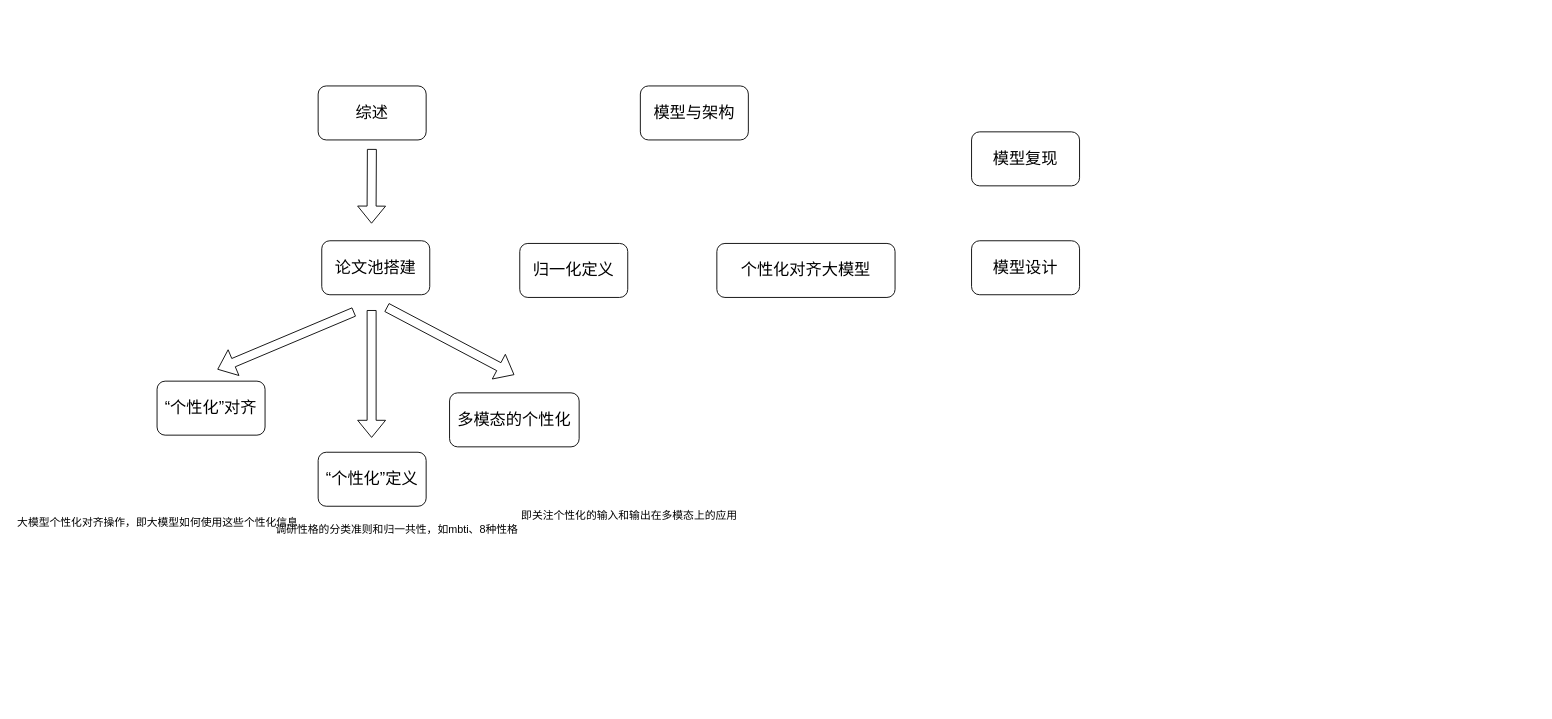
Above: 测试.drawio in ZYNsama666/BackUp (draw.io), before the change. Source tidied: cells renumbered, new cells numbered last; positions are measured from the earlier drawing's top-left corner, leaving out a move shared by most shapes. Both pictures are drawn from the tidied source at 90%, with x=0, y=0 at pixel (15, 86).
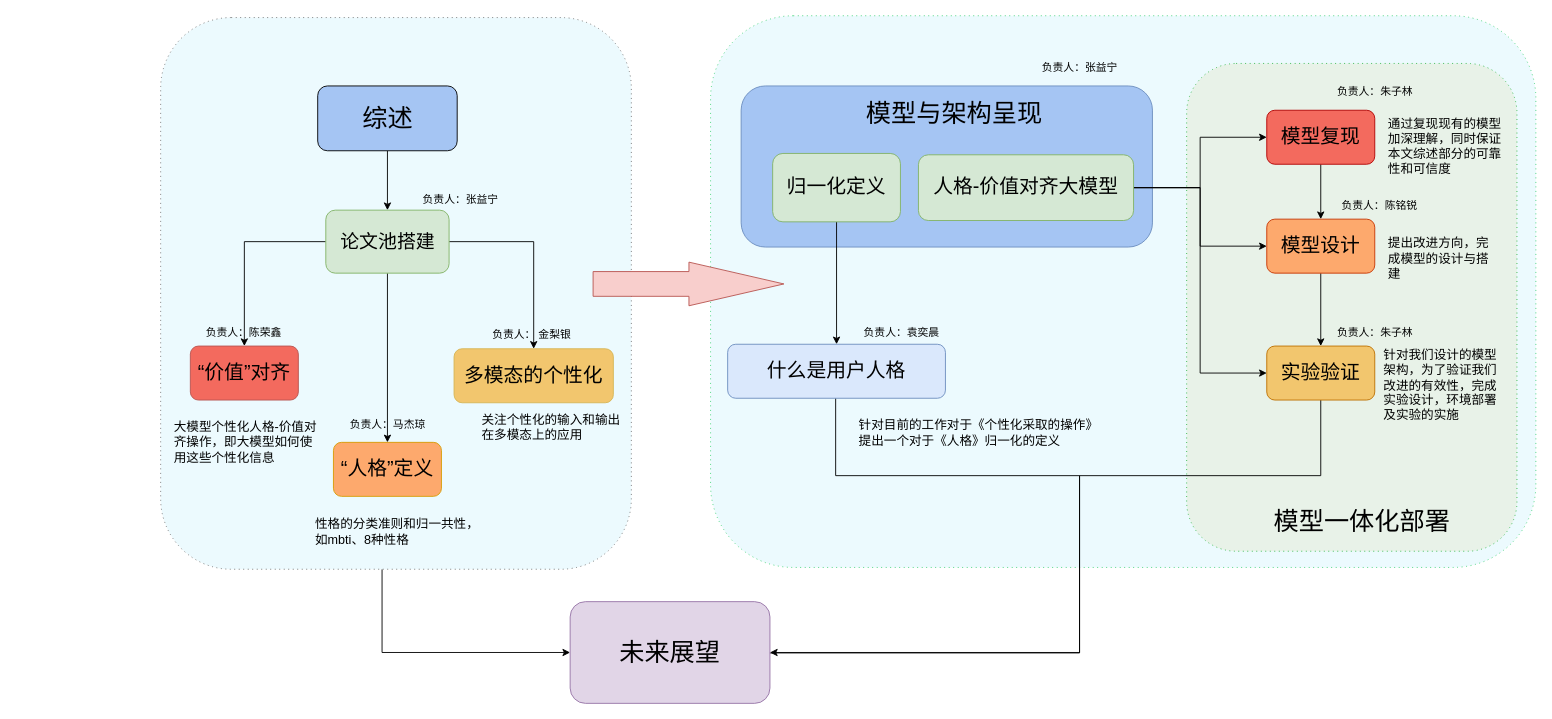
The same page after the edit.

What changed in the source:
```diff
@@
+    <mxCell id="19" style="edgeStyle=orthogonalEdgeStyle;rounded=0;jettySize=auto;html=1;entryX=0;entryY=0.5;entryDx=0;entryDy=0;" parent="1" edge="1" source="20" target="39">
+      <mxGeometry relative="1" as="geometry">
+        <Array as="points">
+          <mxPoint x="407" y="630" />
+        </Array>
+      </mxGeometry>
+    </mxCell>
+    <mxCell id="20" style="rounded=1;whiteSpace=wrap;html=1;dashed=1;dashPattern=1 4;strokeColor=#666666;fillColor=#ECFAFE;fontColor=#333333;" parent="1" vertex="1">
+      <mxGeometry x="161" y="-76" width="523" height="613" as="geometry" />
+    </mxCell>
+    <mxCell id="21" style="rounded=1;whiteSpace=wrap;html=1;dashed=1;dashPattern=1 4;strokeColor=#31CE6B;fillColor=#ECFAFE;" parent="1" vertex="1">
+      <mxGeometry x="772" y="-78" width="917" height="613" as="geometry" />
+    </mxCell>
+    <mxCell id="16" style="rounded=1;whiteSpace=wrap;html=1;fillColor=#A5C5F3;strokeColor=#6c8ebf;" parent="1" vertex="1">
+      <mxGeometry x="806" width="457" height="179" as="geometry" />
+    </mxCell>
+    <mxCell id="22" style="edgeStyle=orthogonalEdgeStyle;rounded=0;jettySize=auto;html=1;entryX=0.5;entryY=0;entryDx=0;entryDy=0;" parent="1" edge="1" source="2" target="36">
+      <mxGeometry relative="1" as="geometry" />
+    </mxCell>
-    <mxCell id="2" value="&lt;font style=&quot;font-size: 18px;&quot;&gt;归一化定义&lt;/font&gt;" style="rounded=1;whiteSpace=wrap;html=1;" parent="1" vertex="1">
-      <mxGeometry x="560" y="175" width="120" height="60" as="geometry" />
+    <mxCell id="2" value="&lt;font style=&quot;font-size: 22px;&quot;&gt;归一化定义&lt;/font&gt;" style="rounded=1;whiteSpace=wrap;html=1;fillColor=#d5e8d4;strokeColor=#82b366;" parent="1" vertex="1">
+      <mxGeometry x="841" y="75" width="142" height="76" as="geometry" />
     </mxCell>
+    <mxCell id="23" style="rounded=1;whiteSpace=wrap;html=1;dashed=1;dashPattern=1 4;fillColor=#e8f2e8;strokeColor=#24B33C;" parent="1" vertex="1">
+      <mxGeometry x="1301" y="-25" width="367" height="542" as="geometry" />
+    </mxCell>
+    <mxCell id="24" style="edgeStyle=orthogonalEdgeStyle;rounded=0;jettySize=auto;html=1;" parent="1" edge="1" source="3" target="17">
+      <mxGeometry relative="1" as="geometry" />
+    </mxCell>
+    <mxCell id="25" style="edgeStyle=orthogonalEdgeStyle;rounded=0;jettySize=auto;html=1;entryX=0;entryY=0.5;entryDx=0;entryDy=0;" parent="1" edge="1" source="3" target="18">
+      <mxGeometry relative="1" as="geometry" />
+    </mxCell>
+    <mxCell id="26" style="edgeStyle=orthogonalEdgeStyle;rounded=0;jettySize=auto;html=1;entryX=0;entryY=0.5;entryDx=0;entryDy=0;" parent="1" edge="1" source="3" target="34">
+      <mxGeometry relative="1" as="geometry" />
+    </mxCell>
-    <mxCell id="3" value="&lt;font style=&quot;font-size: 18px;&quot;&gt;个性化对齐大模型&lt;/font&gt;" style="rounded=1;whiteSpace=wrap;html=1;" parent="1" vertex="1">
-      <mxGeometry x="779" y="175" width="198" height="60" as="geometry" />
+    <mxCell id="3" value="&lt;font style=&quot;font-size: 22px;&quot;&gt;人格-价值对齐大模型&lt;/font&gt;" style="rounded=1;whiteSpace=wrap;html=1;fillColor=#d5e8d4;strokeColor=#82b366;" parent="1" vertex="1">
+      <mxGeometry x="1003" y="76.5" width="239" height="73" as="geometry" />
     </mxCell>
+    <mxCell id="27" style="edgeStyle=orthogonalEdgeStyle;rounded=0;jettySize=auto;html=1;entryX=0.5;entryY=0;entryDx=0;entryDy=0;" parent="1" edge="1" source="4" target="14">
+      <mxGeometry relative="1" as="geometry" />
+    </mxCell>
-    <mxCell id="4" value="&lt;font style=&quot;font-size: 18px;&quot;&gt;综述&lt;/font&gt;" style="rounded=1;whiteSpace=wrap;html=1;" parent="1" vertex="1">
-      <mxGeometry x="336" width="120" height="60" as="geometry" />
+    <mxCell id="4" value="&lt;font style=&quot;font-size: 28px;&quot;&gt;综述&lt;/font&gt;" style="rounded=1;whiteSpace=wrap;html=1;fillColor=#A5C5F3;" parent="1" vertex="1">
+      <mxGeometry x="335.5" width="155" height="72" as="geometry" />
     </mxCell>
-    <mxCell id="5" style="shape=flexArrow;endArrow=classic;html=1;rounded=0;" parent="1" edge="1">
-      <mxGeometry relative="1" as="geometry">
-        <mxPoint x="395.4" y="249" as="sourcePoint" />
-        <mxPoint x="395.4" y="391" as="targetPoint" />
-      </mxGeometry>
-    </mxCell>
-    <mxCell id="6" style="shape=flexArrow;endArrow=classic;html=1;rounded=0;" parent="1" edge="1">
-      <mxGeometry relative="1" as="geometry">
-        <mxPoint x="376" y="251" as="sourcePoint" />
-        <mxPoint x="224" y="315" as="targetPoint" />
-      </mxGeometry>
-    </mxCell>
-    <mxCell id="7" style="shape=flexArrow;endArrow=classic;html=1;rounded=0;" parent="1" edge="1">
-      <mxGeometry relative="1" as="geometry">
-        <mxPoint x="412" y="246" as="sourcePoint" />
-        <mxPoint x="554" y="321" as="targetPoint" />
-      </mxGeometry>
-    </mxCell>
-    <mxCell id="8" value="&lt;span style=&quot;font-size: 18px;&quot;&gt;“个性化”定义&lt;/span&gt;" style="rounded=1;whiteSpace=wrap;html=1;" parent="1" vertex="1">
-      <mxGeometry x="336" y="407" width="120" height="60" as="geometry" />
+    <mxCell id="8" value="&lt;font style=&quot;font-size: 22px;&quot;&gt;“人格”定义&lt;/font&gt;" style="rounded=1;whiteSpace=wrap;html=1;fillColor=#FDA96D;strokeColor=#d79b00;" parent="1" vertex="1">
+      <mxGeometry x="353" y="396" width="120" height="60" as="geometry" />
     </mxCell>
-    <mxCell id="9" value="调研性格的分类准则和归一共性，如mbti、8种性格" style="text;whiteSpace=wrap;" parent="1" vertex="1">
-      <mxGeometry x="287" y="479" width="297" height="36" as="geometry" />
+    <mxCell id="9" value="性格的分类准则和归一共性，如mbti、8种性格" style="text;whiteSpace=wrap;fontSize=14;" parent="1" vertex="1">
+      <mxGeometry x="331" y="472" width="197" height="36" as="geometry" />
     </mxCell>
-    <mxCell id="10" value="大模型个性化对齐操作，即大模型如何使用这些个性化信息" style="text;whiteSpace=wrap;" parent="1" vertex="1">
-      <mxGeometry y="471" width="340" height="36" as="geometry" />
+    <mxCell id="10" value="大模型个性化人格-价值对齐操作，即大模型如何使用这些个性化信息" style="text;whiteSpace=wrap;fontSize=14;" parent="1" vertex="1">
+      <mxGeometry x="173.5" y="364" width="161" height="36" as="geometry" />
     </mxCell>
-    <mxCell id="11" value="&lt;span style=&quot;font-size: 18px;&quot;&gt;“个性化”对齐&lt;/span&gt;" style="rounded=1;whiteSpace=wrap;html=1;" parent="1" vertex="1">
-      <mxGeometry x="157" y="328" width="120" height="60" as="geometry" />
+    <mxCell id="11" value="&lt;font style=&quot;font-size: 22px;&quot;&gt;“价值”对齐&lt;/font&gt;" style="rounded=1;whiteSpace=wrap;html=1;fillColor=#F36A5E;strokeColor=#b85450;" parent="1" vertex="1">
+      <mxGeometry x="194" y="289" width="120" height="60" as="geometry" />
     </mxCell>
-    <mxCell id="12" value="&lt;span style=&quot;font-size: 18px;&quot;&gt;多模态的个性化&lt;/span&gt;" style="rounded=1;whiteSpace=wrap;html=1;" parent="1" vertex="1">
-      <mxGeometry x="482" y="341" width="144" height="60" as="geometry" />
+    <mxCell id="12" value="&lt;font style=&quot;font-size: 22px;&quot;&gt;多模态的个性化&lt;/font&gt;" style="rounded=1;whiteSpace=wrap;html=1;fillColor=#F2C66E;strokeColor=#d6b656;" parent="1" vertex="1">
+      <mxGeometry x="487" y="292" width="177" height="60" as="geometry" />
     </mxCell>
-    <mxCell id="13" value="即关注个性化的输入和输出在多模态上的应用" style="text;whiteSpace=wrap;" parent="1" vertex="1">
-      <mxGeometry x="560" y="464" width="268" height="36" as="geometry" />
+    <mxCell id="13" value="关注个性化的输入和输出在多模态上的应用" style="text;whiteSpace=wrap;fontSize=14;" parent="1" vertex="1">
+      <mxGeometry x="516" y="356" width="159" height="36" as="geometry" />
     </mxCell>
+    <mxCell id="28" style="edgeStyle=orthogonalEdgeStyle;rounded=0;jettySize=auto;html=1;entryX=0.5;entryY=0;entryDx=0;entryDy=0;" parent="1" edge="1" source="14" target="11">
+      <mxGeometry relative="1" as="geometry" />
+    </mxCell>
+    <mxCell id="29" style="edgeStyle=orthogonalEdgeStyle;rounded=0;jettySize=auto;html=1;" parent="1" edge="1" source="14" target="8">
+      <mxGeometry relative="1" as="geometry" />
+    </mxCell>
+    <mxCell id="30" style="edgeStyle=orthogonalEdgeStyle;rounded=0;jettySize=auto;html=1;" parent="1" edge="1" source="14" target="12">
+      <mxGeometry relative="1" as="geometry" />
+    </mxCell>
-    <mxCell id="14" value="&lt;font style=&quot;font-size: 18px;&quot;&gt;论文池搭建&lt;/font&gt;" style="rounded=1;whiteSpace=wrap;html=1;" parent="1" vertex="1">
-      <mxGeometry x="340" y="172" width="120" height="60" as="geometry" />
+    <mxCell id="14" value="&lt;font style=&quot;font-size: 21px;&quot;&gt;论文池搭建&lt;/font&gt;" style="rounded=1;whiteSpace=wrap;html=1;fillColor=#d5e8d4;strokeColor=#82b366;" parent="1" vertex="1">
+      <mxGeometry x="344.5" y="138" width="137" height="70" as="geometry" />
     </mxCell>
-    <mxCell id="15" style="shape=flexArrow;endArrow=classic;html=1;rounded=0;" parent="1" edge="1">
-      <mxGeometry relative="1" as="geometry">
-        <mxPoint x="395.7" y="70" as="sourcePoint" />
-        <mxPoint x="395.3" y="153" as="targetPoint" />
-      </mxGeometry>
-    </mxCell>
-    <mxCell id="16" value="&lt;span style=&quot;font-size: 18px;&quot;&gt;模型与架构&lt;/span&gt;" style="rounded=1;whiteSpace=wrap;html=1;" parent="1" vertex="1">
-      <mxGeometry x="694" width="120" height="60" as="geometry" />
-    </mxCell>
+    <mxCell id="31" style="edgeStyle=orthogonalEdgeStyle;rounded=0;jettySize=auto;html=1;" parent="1" edge="1" source="17" target="18">
+      <mxGeometry relative="1" as="geometry" />
+    </mxCell>
-    <mxCell id="17" value="&lt;font style=&quot;font-size: 18px;&quot;&gt;模型复现&lt;/font&gt;" style="rounded=1;whiteSpace=wrap;html=1;" parent="1" vertex="1">
-      <mxGeometry x="1062" y="51" width="120" height="60" as="geometry" />
+    <mxCell id="17" value="&lt;font color=&quot;#000000&quot; style=&quot;font-size: 22px;&quot;&gt;模型复现&lt;/font&gt;" style="rounded=1;whiteSpace=wrap;html=1;fillColor=#F36A5E;fontColor=#ffffff;strokeColor=#B20000;" parent="1" vertex="1">
+      <mxGeometry x="1390" y="27" width="120" height="60" as="geometry" />
     </mxCell>
+    <mxCell id="32" style="edgeStyle=orthogonalEdgeStyle;rounded=0;jettySize=auto;html=1;" parent="1" edge="1" source="18" target="34">
+      <mxGeometry relative="1" as="geometry" />
+    </mxCell>
-    <mxCell id="18" value="&lt;span style=&quot;font-size: 18px;&quot;&gt;模型设计&lt;/span&gt;" style="rounded=1;whiteSpace=wrap;html=1;" parent="1" vertex="1">
-      <mxGeometry x="1062" y="172" width="120" height="60" as="geometry" />
+    <mxCell id="18" value="&lt;font style=&quot;font-size: 22px;&quot;&gt;模型设计&lt;/font&gt;" style="rounded=1;whiteSpace=wrap;html=1;fillColor=#FDA96D;fontColor=#000000;strokeColor=#C73500;" parent="1" vertex="1">
+      <mxGeometry x="1390" y="148" width="120" height="60" as="geometry" />
     </mxCell>
+    <mxCell id="33" style="edgeStyle=orthogonalEdgeStyle;rounded=0;jettySize=auto;html=1;entryX=0.5;entryY=0;entryDx=0;entryDy=0;" parent="1" edge="1" source="34" target="39">
+      <mxGeometry relative="1" as="geometry">
+        <Array as="points">
+          <mxPoint x="1450" y="433" />
+          <mxPoint x="1182" y="433" />
+          <mxPoint x="1182" y="630" />
+          <mxPoint x="727" y="630" />
+        </Array>
+      </mxGeometry>
+    </mxCell>
+    <mxCell id="34" value="&lt;font style=&quot;font-size: 22px;&quot;&gt;实验验证&lt;/font&gt;" style="rounded=1;whiteSpace=wrap;html=1;fillColor=#F2C66E;fontColor=#000000;strokeColor=#BD7000;" parent="1" vertex="1">
+      <mxGeometry x="1390" y="289" width="120" height="60" as="geometry" />
+    </mxCell>
+    <mxCell id="35" style="edgeStyle=orthogonalEdgeStyle;rounded=0;jettySize=auto;html=1;" parent="1" edge="1" source="36" target="39">
+      <mxGeometry relative="1" as="geometry">
+        <Array as="points">
+          <mxPoint x="911" y="433" />
+          <mxPoint x="1182" y="433" />
+        </Array>
+      </mxGeometry>
+    </mxCell>
+    <mxCell id="36" value="&lt;font style=&quot;font-size: 22px;&quot;&gt;什么是用户人格&lt;/font&gt;" style="rounded=1;whiteSpace=wrap;html=1;fillColor=#dae8fc;strokeColor=#6c8ebf;" parent="1" vertex="1">
+      <mxGeometry x="791" y="287" width="242" height="60" as="geometry" />
+    </mxCell>
+    <mxCell id="37" style="shape=flexArrow;endArrow=classic;html=1;rounded=0;width=27.5;endSize=34.833333333333336;fillColor=#f8cecc;strokeColor=#b85450;" parent="1" edge="1">
+      <mxGeometry relative="1" as="geometry">
+        <mxPoint x="641" y="220" as="sourcePoint" />
+        <mxPoint x="854" y="220" as="targetPoint" />
+      </mxGeometry>
+    </mxCell>
+    <mxCell id="38" value="&lt;font style=&quot;font-size: 28px;&quot;&gt;模型与架构呈现&lt;/font&gt;" style="text;html=1;align=center;verticalAlign=middle;whiteSpace=wrap;rounded=0;" parent="1" vertex="1">
+      <mxGeometry x="932" y="16" width="222" height="30" as="geometry" />
+    </mxCell>
+    <mxCell id="39" value="&lt;font style=&quot;font-size: 28px;&quot;&gt;未来展望&lt;/font&gt;" style="rounded=1;whiteSpace=wrap;html=1;fillColor=#e1d5e7;strokeColor=#9673a6;" parent="1" vertex="1">
+      <mxGeometry x="616" y="573" width="222" height="113" as="geometry" />
+    </mxCell>
+    <mxCell id="40" value="负责人：朱子林" style="text;html=1;align=center;verticalAlign=middle;whiteSpace=wrap;rounded=0;" parent="1" vertex="1">
+      <mxGeometry x="1453" y="-8" width="115" height="30" as="geometry" />
+    </mxCell>
+    <mxCell id="41" value="负责人：朱子林" style="text;html=1;align=center;verticalAlign=middle;whiteSpace=wrap;rounded=0;" parent="1" vertex="1">
+      <mxGeometry x="1453" y="259" width="115" height="30" as="geometry" />
+    </mxCell>
+    <mxCell id="42" value="负责人：陈铭锐" style="text;html=1;align=center;verticalAlign=middle;whiteSpace=wrap;rounded=0;" parent="1" vertex="1">
+      <mxGeometry x="1458" y="118" width="115" height="30" as="geometry" />
+    </mxCell>
+    <mxCell id="43" value="负责人：袁奕晨" style="text;html=1;align=center;verticalAlign=middle;whiteSpace=wrap;rounded=0;" parent="1" vertex="1">
+      <mxGeometry x="927" y="259" width="115" height="30" as="geometry" />
+    </mxCell>
+    <mxCell id="44" value="针对目前的工作对于《个性化采取的操作》&#10;提出一个对于《人格》归一化的定义" style="text;whiteSpace=wrap;fontSize=14;" parent="1" vertex="1">
+      <mxGeometry x="935" y="362" width="271" height="58" as="geometry" />
+    </mxCell>
+    <mxCell id="45" value="针对我们设计的模型架构，为了验证我们改进的有效性，完成实验设计，环境部署及实验的实施" style="text;whiteSpace=wrap;fontSize=14;" parent="1" vertex="1">
+      <mxGeometry x="1518" y="284" width="128" height="36" as="geometry" />
+    </mxCell>
+    <mxCell id="46" value="提出改进方向，完成模型的设计与搭建" style="text;whiteSpace=wrap;fontSize=14;" parent="1" vertex="1">
+      <mxGeometry x="1523" y="159.5" width="118" height="27" as="geometry" />
+    </mxCell>
+    <mxCell id="47" value="通过复现现有的模型加深理解，同时保证本文综述部分的可靠性和可信度" style="text;whiteSpace=wrap;fontSize=14;" parent="1" vertex="1">
+      <mxGeometry x="1523" y="27" width="140" height="78" as="geometry" />
+    </mxCell>
+    <mxCell id="48" value="负责人：张益宁" style="text;html=1;align=center;verticalAlign=middle;whiteSpace=wrap;rounded=0;" parent="1" vertex="1">
+      <mxGeometry x="437" y="112" width="115" height="30" as="geometry" />
+    </mxCell>
+    <mxCell id="49" value="负责人：张益宁" style="text;html=1;align=center;verticalAlign=middle;whiteSpace=wrap;rounded=0;" parent="1" vertex="1">
+      <mxGeometry x="1124.5" y="-35" width="115" height="30" as="geometry" />
+    </mxCell>
+    <mxCell id="50" value="负责人：陈荣鑫" style="text;html=1;align=center;verticalAlign=middle;whiteSpace=wrap;rounded=0;" parent="1" vertex="1">
+      <mxGeometry x="196" y="259" width="115" height="30" as="geometry" />
+    </mxCell>
+    <mxCell id="51" value="负责人：马杰琼" style="text;html=1;align=center;verticalAlign=middle;whiteSpace=wrap;rounded=0;" parent="1" vertex="1">
+      <mxGeometry x="355.5" y="362" width="115" height="30" as="geometry" />
+    </mxCell>
+    <mxCell id="52" value="负责人：&lt;span style=&quot;background-color: initial;&quot;&gt;&amp;nbsp;&lt;/span&gt;&lt;span style=&quot;background-color: initial;&quot;&gt;金梨银&lt;/span&gt;" style="text;html=1;align=center;verticalAlign=middle;whiteSpace=wrap;rounded=0;" parent="1" vertex="1">
+      <mxGeometry x="516" y="262" width="115" height="30" as="geometry" />
+    </mxCell>
+    <mxCell id="53" value="&lt;span style=&quot;font-size: 28px;&quot;&gt;模型一体化部署&lt;/span&gt;" style="text;html=1;align=center;verticalAlign=middle;whiteSpace=wrap;rounded=0;" parent="1" vertex="1">
+      <mxGeometry x="1387" y="469" width="218" height="30" as="geometry" />
+    </mxCell>
```
